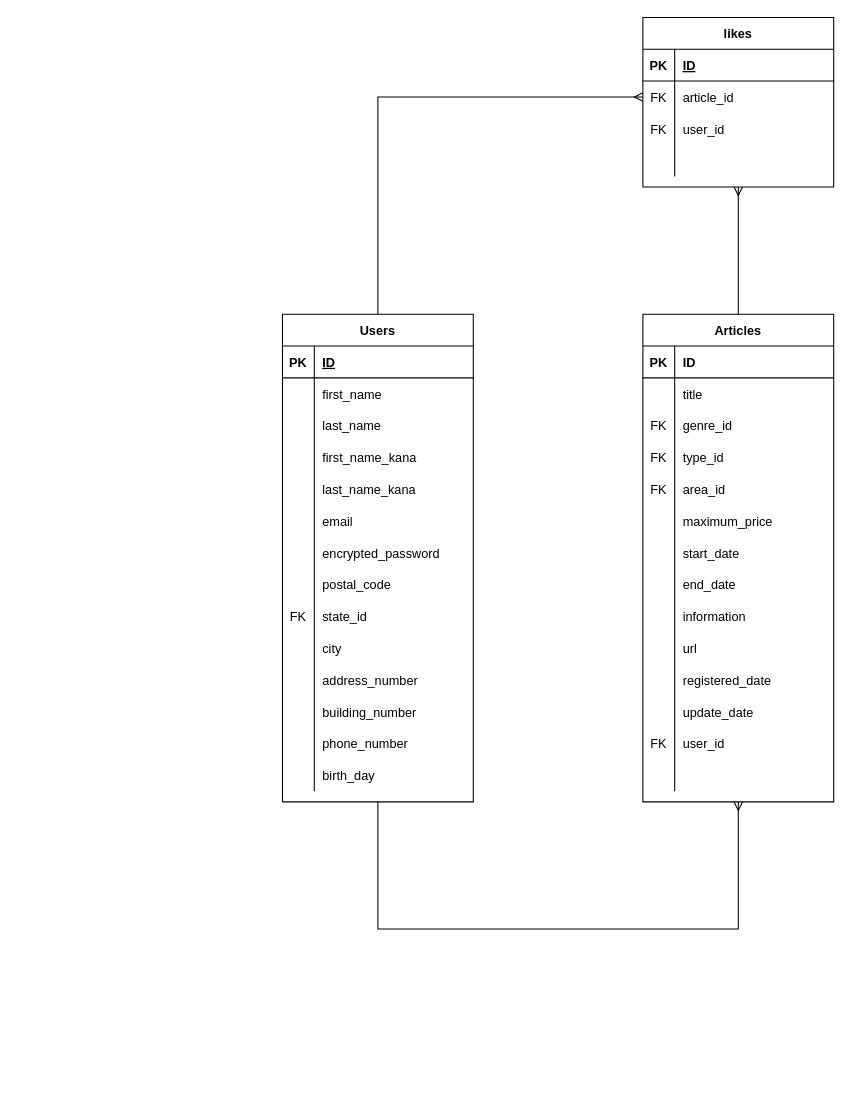
daichi1002/assist keeps this draw.io diagram as assist.dio. Above is the earlier version. Source tidied: cells renumbered, new cells numbered last; positions are measured from the earlier drawing's top-left corner, leaving out a move shared by most shapes. Both pictures are drawn from the tidied source at 106%, with x=0, y=0 at pixel (282, 17).
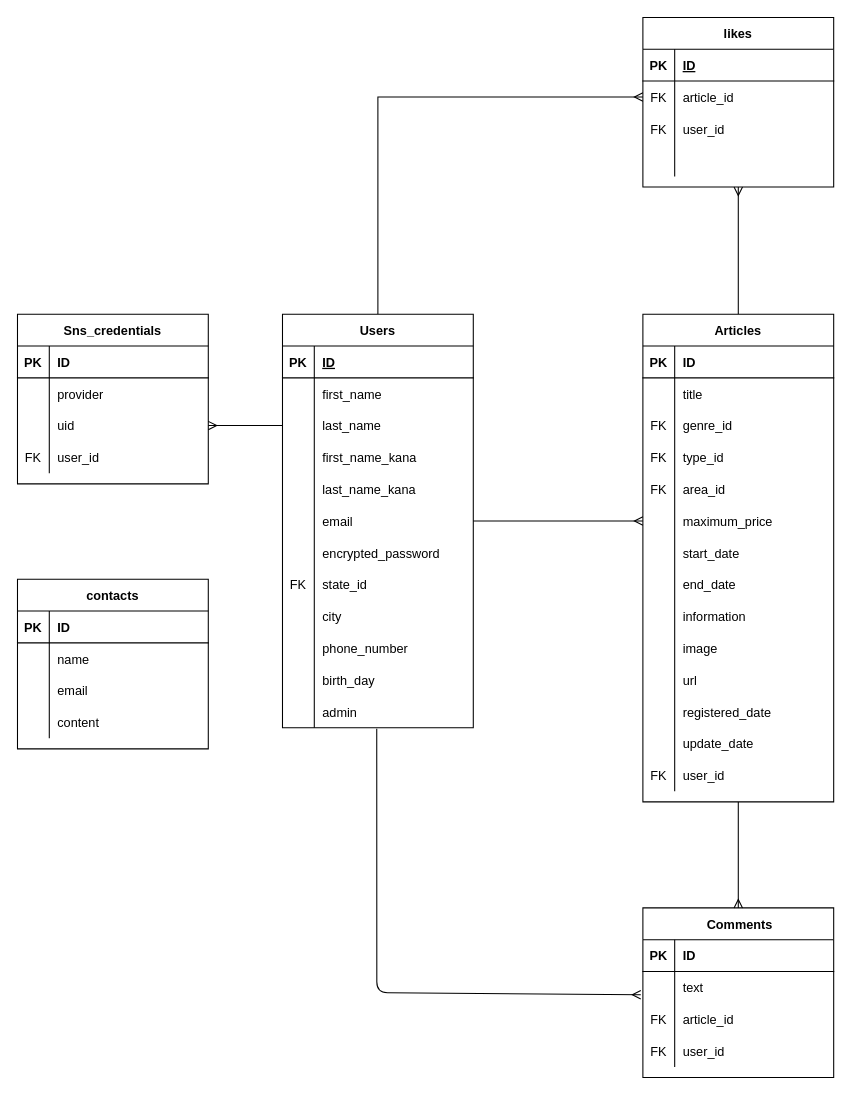
The same diagram, later.

The change refers to these unchanged cells:
```xml
<mxCell id="11" style="shape=partialRectangle;fillColor=none;top=0;left=0;bottom=0;right=0;points=[[0,0.5],[1,0.5]];portConstraint=eastwest;" parent="4" vertex="1">
  <mxGeometry y="90" width="180" height="30" as="geometry" />
</mxCell>
<mxCell id="20" style="shape=partialRectangle;fillColor=none;top=0;left=0;bottom=0;right=0;points=[[0,0.5],[1,0.5]];portConstraint=eastwest;" parent="4" vertex="1">
  <mxGeometry y="180" width="180" height="30" as="geometry" />
</mxCell>
<mxCell id="26" style="shape=partialRectangle;fillColor=none;top=0;left=0;bottom=0;right=0;" parent="4" vertex="1">
  <mxGeometry y="240" width="180" height="30" as="geometry" />
</mxCell>
<mxCell id="29" style="shape=partialRectangle;fillColor=none;top=0;left=0;bottom=0;right=0;" parent="4" vertex="1">
  <mxGeometry y="270" width="180" height="30" as="geometry" />
</mxCell>
<mxCell id="32" style="shape=partialRectangle;fillColor=none;top=0;left=0;bottom=0;right=0;" parent="4" vertex="1">
  <mxGeometry y="300" width="180" height="30" as="geometry" />
</mxCell>
<mxCell id="35" style="shape=partialRectangle;fillColor=none;top=0;left=0;bottom=0;right=0;" parent="4" vertex="1">
  <mxGeometry y="330" width="180" height="30" as="geometry" />
</mxCell>
<mxCell id="38" style="shape=partialRectangle;fillColor=none;top=0;left=0;bottom=0;right=0;points=[[0,0.5],[1,0.5]];portConstraint=eastwest;" parent="4" vertex="1">
  <mxGeometry y="360" width="180" height="30" as="geometry" />
</mxCell>
<mxCell id="48" value="Articles" style="shape=table;startSize=30;childLayout=tableLayout;rowLines=0;fontStyle=1;align=center;" parent="1" vertex="1">
  <mxGeometry x="340" y="280" width="180" height="460" as="geometry" />
</mxCell>
<mxCell id="64" style="shape=partialRectangle;fillColor=none;top=0;left=0;bottom=0;right=0;points=[[0,0.5],[1,0.5]];portConstraint=eastwest;" parent="48" vertex="1">
  <mxGeometry y="180" width="180" height="30" as="geometry" />
</mxCell>
```

What changed in the source:
```diff
@@
-    <mxCell id="3" style="edgeStyle=orthogonalEdgeStyle;rounded=0;jettySize=auto;html=1;entryX=0.5;entryY=1;entryDx=0;entryDy=0;startArrow=none;startFill=0;endArrow=ERmany;endFill=0;" parent="1" edge="1" source="4" target="48">
-      <mxGeometry relative="1" as="geometry">
-        <Array as="points">
-          <mxPoint x="90" y="860" />
-          <mxPoint x="430" y="860" />
-        </Array>
-      </mxGeometry>
-    </mxCell>
     <mxCell id="4" value="Users" style="shape=table;startSize=30;childLayout=tableLayout;rowLines=0;fontStyle=1;align=center;" parent="1" vertex="1">
-      <mxGeometry y="280" width="180" height="460" as="geometry" />
+      <mxGeometry y="280" width="180" height="390" as="geometry" />
     </mxCell>
@@
-    <mxCell id="27" style="shape=partialRectangle;fillColor=none;top=0;left=0;bottom=0;right=0;overflow=hidden;" parent="26" vertex="1">
+    <mxCell id="27" value="FK" style="shape=partialRectangle;fillColor=none;top=0;left=0;bottom=0;right=0;overflow=hidden;" parent="26" vertex="1">
       <mxGeometry width="30" height="30" as="geometry" />
     </mxCell>
-    <mxCell id="28" value="postal_code" style="shape=partialRectangle;fillColor=none;top=0;left=0;bottom=0;right=0;align=left;spacingLeft=6;overflow=hidden;" parent="26" vertex="1">
+    <mxCell id="28" value="state_id" style="shape=partialRectangle;fillColor=none;top=0;left=0;bottom=0;right=0;align=left;spacingLeft=6;overflow=hidden;" parent="26" vertex="1">
       <mxGeometry x="30" width="150" height="30" as="geometry" />
     </mxCell>
@@
-    <mxCell id="30" value="FK" style="shape=partialRectangle;fillColor=none;top=0;left=0;bottom=0;right=0;overflow=hidden;" parent="29" vertex="1">
+    <mxCell id="30" style="shape=partialRectangle;fillColor=none;top=0;left=0;bottom=0;right=0;overflow=hidden;" parent="29" vertex="1">
       <mxGeometry width="30" height="30" as="geometry" />
     </mxCell>
-    <mxCell id="31" value="state_id" style="shape=partialRectangle;fillColor=none;top=0;left=0;bottom=0;right=0;align=left;spacingLeft=6;overflow=hidden;" parent="29" vertex="1">
+    <mxCell id="31" value="city" style="shape=partialRectangle;fillColor=none;top=0;left=0;bottom=0;right=0;align=left;spacingLeft=6;overflow=hidden;" parent="29" vertex="1">
       <mxGeometry x="30" width="150" height="30" as="geometry" />
     </mxCell>
@@
-    <mxCell id="34" value="city" style="shape=partialRectangle;fillColor=none;top=0;left=0;bottom=0;right=0;align=left;spacingLeft=6;overflow=hidden;" parent="32" vertex="1">
+    <mxCell id="34" value="phone_number" style="shape=partialRectangle;fillColor=none;top=0;left=0;bottom=0;right=0;align=left;spacingLeft=6;overflow=hidden;" parent="32" vertex="1">
       <mxGeometry x="30" width="150" height="30" as="geometry" />
     </mxCell>
@@
-    <mxCell id="37" value="address_number" style="shape=partialRectangle;fillColor=none;top=0;left=0;bottom=0;right=0;align=left;spacingLeft=6;fontStyle=0;overflow=hidden;" parent="35" vertex="1">
+    <mxCell id="37" value="birth_day" style="shape=partialRectangle;fillColor=none;top=0;left=0;bottom=0;right=0;align=left;spacingLeft=6;fontStyle=0;overflow=hidden;" parent="35" vertex="1">
       <mxGeometry x="30" width="150" height="30" as="geometry" />
     </mxCell>
@@
-    <mxCell id="39" style="shape=partialRectangle;fillColor=none;top=0;left=0;bottom=0;right=0;overflow=hidden;" parent="38" vertex="1">
-      <mxGeometry width="30" height="30" as="geometry" />
-    </mxCell>
-    <mxCell id="40" value="building_number" style="shape=partialRectangle;fillColor=none;top=0;left=0;bottom=0;right=0;align=left;spacingLeft=6;overflow=hidden;" parent="38" vertex="1">
-      <mxGeometry x="30" width="150" height="30" as="geometry" />
-    </mxCell>
-    <mxCell id="41" style="shape=partialRectangle;fillColor=none;top=0;left=0;bottom=0;right=0;" parent="4" vertex="1">
-      <mxGeometry y="390" width="180" height="30" as="geometry" />
-    </mxCell>
-    <mxCell id="42" style="shape=partialRectangle;fillColor=none;top=0;left=0;bottom=0;right=0;overflow=hidden;" parent="41" vertex="1">
-      <mxGeometry width="30" height="30" as="geometry" />
-    </mxCell>
-    <mxCell id="43" value="phone_number" style="shape=partialRectangle;fillColor=none;top=0;left=0;bottom=0;right=0;align=left;spacingLeft=6;overflow=hidden;" parent="41" vertex="1">
-      <mxGeometry x="30" width="150" height="30" as="geometry" />
-    </mxCell>
-    <mxCell id="44" style="shape=partialRectangle;fillColor=none;top=0;left=0;bottom=0;right=0;" parent="4" vertex="1">
-      <mxGeometry y="420" width="180" height="30" as="geometry" />
-    </mxCell>
-    <mxCell id="45" style="shape=partialRectangle;fillColor=none;top=0;left=0;bottom=0;right=0;overflow=hidden;" parent="44" vertex="1">
-      <mxGeometry width="30" height="30" as="geometry" />
-    </mxCell>
-    <mxCell id="46" value="birth_day" style="shape=partialRectangle;fillColor=none;top=0;left=0;bottom=0;right=0;align=left;spacingLeft=6;overflow=hidden;" parent="44" vertex="1">
-      <mxGeometry x="30" width="150" height="30" as="geometry" />
-    </mxCell>
+    <mxCell id="104" style="shape=partialRectangle;fillColor=none;top=0;left=0;bottom=0;right=0;fontStyle=0;overflow=hidden;" parent="38" vertex="1">
+      <mxGeometry width="30" height="30" as="geometry" />
+    </mxCell>
+    <mxCell id="105" value="admin" style="shape=partialRectangle;fillColor=none;top=0;left=0;bottom=0;right=0;align=left;spacingLeft=6;fontStyle=0;overflow=hidden;" parent="38" vertex="1">
+      <mxGeometry x="30" width="150" height="30" as="geometry" />
+    </mxCell>
@@
+    <mxCell id="106" style="shape=partialRectangle;fillColor=none;top=0;left=0;bottom=0;right=0;" parent="48" vertex="1">
+      <mxGeometry y="300" width="180" height="30" as="geometry" />
+    </mxCell>
+    <mxCell id="107" style="shape=partialRectangle;fillColor=none;top=0;left=0;bottom=0;right=0;fontStyle=0;overflow=hidden;" parent="106" vertex="1">
+      <mxGeometry width="30" height="30" as="geometry" />
+    </mxCell>
+    <mxCell id="108" value="image" style="shape=partialRectangle;fillColor=none;top=0;left=0;bottom=0;right=0;align=left;spacingLeft=6;fontStyle=0;overflow=hidden;" parent="106" vertex="1">
+      <mxGeometry x="30" width="150" height="30" as="geometry" />
+    </mxCell>
     <mxCell id="76" style="shape=partialRectangle;fillColor=none;top=0;left=0;bottom=0;right=0;" parent="48" vertex="1">
-      <mxGeometry y="300" width="180" height="30" as="geometry" />
+      <mxGeometry y="330" width="180" height="30" as="geometry" />
     </mxCell>
@@
     <mxCell id="79" style="shape=partialRectangle;fillColor=none;top=0;left=0;bottom=0;right=0;" parent="48" vertex="1">
-      <mxGeometry y="330" width="180" height="30" as="geometry" />
+      <mxGeometry y="360" width="180" height="30" as="geometry" />
     </mxCell>
@@
     <mxCell id="82" style="shape=partialRectangle;fillColor=none;top=0;left=0;bottom=0;right=0;" parent="48" vertex="1">
-      <mxGeometry y="360" width="180" height="30" as="geometry" />
+      <mxGeometry y="390" width="180" height="30" as="geometry" />
     </mxCell>
@@
     <mxCell id="85" style="shape=partialRectangle;fillColor=none;top=0;left=0;bottom=0;right=0;" parent="48" vertex="1">
-      <mxGeometry y="390" width="180" height="30" as="geometry" />
+      <mxGeometry y="420" width="180" height="30" as="geometry" />
     </mxCell>
@@
-    <mxCell id="88" style="shape=partialRectangle;fillColor=none;top=0;left=0;bottom=0;right=0;" parent="48" vertex="1">
-      <mxGeometry y="420" width="180" height="30" as="geometry" />
-    </mxCell>
-    <mxCell id="89" style="shape=partialRectangle;fillColor=none;top=0;left=0;bottom=0;right=0;overflow=hidden;" parent="88" vertex="1">
-      <mxGeometry width="30" height="30" as="geometry" />
-    </mxCell>
-    <mxCell id="90" style="shape=partialRectangle;fillColor=none;top=0;left=0;bottom=0;right=0;align=left;spacingLeft=6;overflow=hidden;" parent="88" vertex="1">
-      <mxGeometry x="30" width="150" height="30" as="geometry" />
-    </mxCell>
@@
+    <mxCell id="109" value=" Comments" style="shape=table;startSize=30;childLayout=tableLayout;rowLines=0;fontStyle=1;align=center;" parent="1" vertex="1">
+      <mxGeometry x="340" y="840" width="180" height="160" as="geometry" />
+    </mxCell>
+    <mxCell id="110" style="shape=partialRectangle;fillColor=none;top=0;left=0;bottom=1;right=0;" parent="109" vertex="1">
+      <mxGeometry y="30" width="180" height="30" as="geometry" />
+    </mxCell>
+    <mxCell id="111" value="PK" style="shape=partialRectangle;fillColor=none;top=0;left=0;bottom=0;right=0;fontStyle=1;overflow=hidden;" parent="110" vertex="1">
+      <mxGeometry width="30" height="30" as="geometry" />
+    </mxCell>
+    <mxCell id="112" value="ID" style="shape=partialRectangle;fillColor=none;top=0;left=0;bottom=0;right=0;align=left;spacingLeft=6;fontStyle=1;overflow=hidden;" parent="110" vertex="1">
+      <mxGeometry x="30" width="150" height="30" as="geometry" />
+    </mxCell>
+    <mxCell id="113" style="shape=partialRectangle;fillColor=none;top=0;left=0;bottom=0;right=0;points=[[0,0.5],[1,0.5]];portConstraint=eastwest;" parent="109" vertex="1">
+      <mxGeometry y="60" width="180" height="30" as="geometry" />
+    </mxCell>
+    <mxCell id="114" style="shape=partialRectangle;fillColor=none;top=0;left=0;bottom=0;right=0;overflow=hidden;" parent="113" vertex="1">
+      <mxGeometry width="30" height="30" as="geometry" />
+    </mxCell>
+    <mxCell id="115" value="text" style="shape=partialRectangle;fillColor=none;top=0;left=0;bottom=0;right=0;align=left;spacingLeft=6;overflow=hidden;" parent="113" vertex="1">
+      <mxGeometry x="30" width="150" height="30" as="geometry" />
+    </mxCell>
+    <mxCell id="116" style="shape=partialRectangle;fillColor=none;top=0;left=0;bottom=0;right=0;" parent="109" vertex="1">
+      <mxGeometry y="90" width="180" height="30" as="geometry" />
+    </mxCell>
+    <mxCell id="117" value="FK" style="shape=partialRectangle;fillColor=none;top=0;left=0;bottom=0;right=0;overflow=hidden;" parent="116" vertex="1">
+      <mxGeometry width="30" height="30" as="geometry" />
+    </mxCell>
+    <mxCell id="118" value="article_id" style="shape=partialRectangle;fillColor=none;top=0;left=0;bottom=0;right=0;align=left;spacingLeft=6;overflow=hidden;" parent="116" vertex="1">
+      <mxGeometry x="30" width="150" height="30" as="geometry" />
+    </mxCell>
+    <mxCell id="119" style="shape=partialRectangle;fillColor=none;top=0;left=0;bottom=0;right=0;" parent="109" vertex="1">
+      <mxGeometry y="120" width="180" height="30" as="geometry" />
+    </mxCell>
+    <mxCell id="120" value="FK" style="shape=partialRectangle;fillColor=none;top=0;left=0;bottom=0;right=0;overflow=hidden;" parent="119" vertex="1">
+      <mxGeometry width="30" height="30" as="geometry" />
+    </mxCell>
+    <mxCell id="121" value="user_id" style="shape=partialRectangle;fillColor=none;top=0;left=0;bottom=0;right=0;align=left;spacingLeft=6;overflow=hidden;" parent="119" vertex="1">
+      <mxGeometry x="30" width="150" height="30" as="geometry" />
+    </mxCell>
+    <mxCell id="122" style="endArrow=ERmany;html=1;exitX=0.5;exitY=1;exitDx=0;exitDy=0;entryX=0.5;entryY=0;entryDx=0;entryDy=0;endFill=0;" parent="1" edge="1" source="48" target="109">
+      <mxGeometry relative="1" as="geometry" />
+    </mxCell>
+    <mxCell id="123" style="endArrow=none;html=1;exitX=-0.011;exitY=0.733;exitDx=0;exitDy=0;exitPerimeter=0;endFill=0;startArrow=ERmany;startFill=0;entryX=0.494;entryY=1.033;entryDx=0;entryDy=0;entryPerimeter=0;" parent="1" edge="1" source="113" target="38">
+      <mxGeometry relative="1" as="geometry">
+        <Array as="points">
+          <mxPoint x="89" y="920" />
+        </Array>
+      </mxGeometry>
+    </mxCell>
+    <mxCell id="124" value="contacts" style="shape=table;startSize=30;childLayout=tableLayout;rowLines=0;fontStyle=1;align=center;" parent="1" vertex="1">
+      <mxGeometry x="-250" y="530" width="180" height="160" as="geometry" />
+    </mxCell>
+    <mxCell id="125" style="shape=partialRectangle;fillColor=none;top=0;left=0;bottom=1;right=0;" parent="124" vertex="1">
+      <mxGeometry y="30" width="180" height="30" as="geometry" />
+    </mxCell>
+    <mxCell id="126" value="PK" style="shape=partialRectangle;fillColor=none;top=0;left=0;bottom=0;right=0;fontStyle=1;overflow=hidden;" parent="125" vertex="1">
+      <mxGeometry width="30" height="30" as="geometry" />
+    </mxCell>
+    <mxCell id="127" value="ID" style="shape=partialRectangle;fillColor=none;top=0;left=0;bottom=0;right=0;align=left;spacingLeft=6;fontStyle=1;overflow=hidden;" parent="125" vertex="1">
+      <mxGeometry x="30" width="150" height="30" as="geometry" />
+    </mxCell>
+    <mxCell id="128" style="shape=partialRectangle;fillColor=none;top=0;left=0;bottom=0;right=0;" parent="124" vertex="1">
+      <mxGeometry y="60" width="180" height="30" as="geometry" />
+    </mxCell>
+    <mxCell id="129" style="shape=partialRectangle;fillColor=none;top=0;left=0;bottom=0;right=0;overflow=hidden;" parent="128" vertex="1">
+      <mxGeometry width="30" height="30" as="geometry" />
+    </mxCell>
+    <mxCell id="130" value="name" style="shape=partialRectangle;fillColor=none;top=0;left=0;bottom=0;right=0;align=left;spacingLeft=6;overflow=hidden;" parent="128" vertex="1">
+      <mxGeometry x="30" width="150" height="30" as="geometry" />
+    </mxCell>
+    <mxCell id="131" style="shape=partialRectangle;fillColor=none;top=0;left=0;bottom=0;right=0;" parent="124" vertex="1">
+      <mxGeometry y="90" width="180" height="30" as="geometry" />
+    </mxCell>
+    <mxCell id="132" style="shape=partialRectangle;fillColor=none;top=0;left=0;bottom=0;right=0;overflow=hidden;" parent="131" vertex="1">
+      <mxGeometry width="30" height="30" as="geometry" />
+    </mxCell>
+    <mxCell id="133" value="email" style="shape=partialRectangle;fillColor=none;top=0;left=0;bottom=0;right=0;align=left;spacingLeft=6;overflow=hidden;" parent="131" vertex="1">
+      <mxGeometry x="30" width="150" height="30" as="geometry" />
+    </mxCell>
+    <mxCell id="134" style="shape=partialRectangle;fillColor=none;top=0;left=0;bottom=0;right=0;" parent="124" vertex="1">
+      <mxGeometry y="120" width="180" height="30" as="geometry" />
+    </mxCell>
+    <mxCell id="135" style="shape=partialRectangle;fillColor=none;top=0;left=0;bottom=0;right=0;overflow=hidden;" parent="134" vertex="1">
+      <mxGeometry width="30" height="30" as="geometry" />
+    </mxCell>
+    <mxCell id="136" value="content" style="shape=partialRectangle;fillColor=none;top=0;left=0;bottom=0;right=0;align=left;spacingLeft=6;overflow=hidden;" parent="134" vertex="1">
+      <mxGeometry x="30" width="150" height="30" as="geometry" />
+    </mxCell>
+    <mxCell id="137" value="Sns_credentials" style="shape=table;startSize=30;childLayout=tableLayout;rowLines=0;fontStyle=1;align=center;" parent="1" vertex="1">
+      <mxGeometry x="-250" y="280" width="180" height="160" as="geometry" />
+    </mxCell>
+    <mxCell id="138" style="shape=partialRectangle;fillColor=none;top=0;left=0;bottom=1;right=0;" parent="137" vertex="1">
+      <mxGeometry y="30" width="180" height="30" as="geometry" />
+    </mxCell>
+    <mxCell id="139" value="PK" style="shape=partialRectangle;fillColor=none;top=0;left=0;bottom=0;right=0;fontStyle=1;overflow=hidden;" parent="138" vertex="1">
+      <mxGeometry width="30" height="30" as="geometry" />
+    </mxCell>
+    <mxCell id="140" value="ID" style="shape=partialRectangle;fillColor=none;top=0;left=0;bottom=0;right=0;align=left;spacingLeft=6;fontStyle=1;overflow=hidden;" parent="138" vertex="1">
+      <mxGeometry x="30" width="150" height="30" as="geometry" />
+    </mxCell>
+    <mxCell id="141" style="shape=partialRectangle;fillColor=none;top=0;left=0;bottom=0;right=0;" parent="137" vertex="1">
+      <mxGeometry y="60" width="180" height="30" as="geometry" />
+    </mxCell>
+    <mxCell id="142" style="shape=partialRectangle;fillColor=none;top=0;left=0;bottom=0;right=0;overflow=hidden;" parent="141" vertex="1">
+      <mxGeometry width="30" height="30" as="geometry" />
+    </mxCell>
+    <mxCell id="143" value="provider" style="shape=partialRectangle;fillColor=none;top=0;left=0;bottom=0;right=0;align=left;spacingLeft=6;overflow=hidden;" parent="141" vertex="1">
+      <mxGeometry x="30" width="150" height="30" as="geometry" />
+    </mxCell>
+    <mxCell id="144" style="shape=partialRectangle;fillColor=none;top=0;left=0;bottom=0;right=0;points=[[0,0.5],[1,0.5]];portConstraint=eastwest;" parent="137" vertex="1">
+      <mxGeometry y="90" width="180" height="30" as="geometry" />
+    </mxCell>
+    <mxCell id="145" style="shape=partialRectangle;fillColor=none;top=0;left=0;bottom=0;right=0;overflow=hidden;" parent="144" vertex="1">
+      <mxGeometry width="30" height="30" as="geometry" />
+    </mxCell>
+    <mxCell id="146" value="uid" style="shape=partialRectangle;fillColor=none;top=0;left=0;bottom=0;right=0;align=left;spacingLeft=6;overflow=hidden;" parent="144" vertex="1">
+      <mxGeometry x="30" width="150" height="30" as="geometry" />
+    </mxCell>
+    <mxCell id="147" style="shape=partialRectangle;fillColor=none;top=0;left=0;bottom=0;right=0;" parent="137" vertex="1">
+      <mxGeometry y="120" width="180" height="30" as="geometry" />
+    </mxCell>
+    <mxCell id="148" value="FK" style="shape=partialRectangle;fillColor=none;top=0;left=0;bottom=0;right=0;overflow=hidden;" parent="147" vertex="1">
+      <mxGeometry width="30" height="30" as="geometry" />
+    </mxCell>
+    <mxCell id="149" value="user_id" style="shape=partialRectangle;fillColor=none;top=0;left=0;bottom=0;right=0;align=left;spacingLeft=6;overflow=hidden;" parent="147" vertex="1">
+      <mxGeometry x="30" width="150" height="30" as="geometry" />
+    </mxCell>
+    <mxCell id="150" style="endArrow=none;html=1;entryX=1;entryY=0.5;entryDx=0;entryDy=0;endFill=0;startArrow=ERmany;startFill=0;" parent="1" edge="1" source="64" target="20">
+      <mxGeometry relative="1" as="geometry" />
+    </mxCell>
+    <mxCell id="151" style="endArrow=ERmany;html=1;entryX=1;entryY=0.5;entryDx=0;entryDy=0;exitX=0;exitY=0.5;exitDx=0;exitDy=0;endFill=0;" parent="1" edge="1" source="11" target="144">
+      <mxGeometry relative="1" as="geometry" />
+    </mxCell>
```
